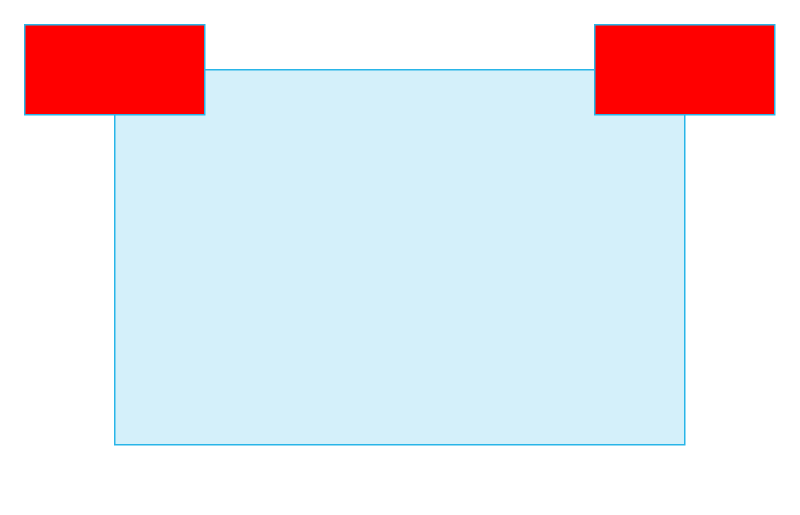
Earlier version of the draw.io diagram MASTER.drawio (phil-curran/images). Source tidied: cells renumbered, new cells numbered last; positions are measured from the earlier drawing's top-left corner, leaving out a move shared by most shapes. Both pictures are drawn from the tidied source at 150%, with x=0, y=0 at pixel (24, 24).
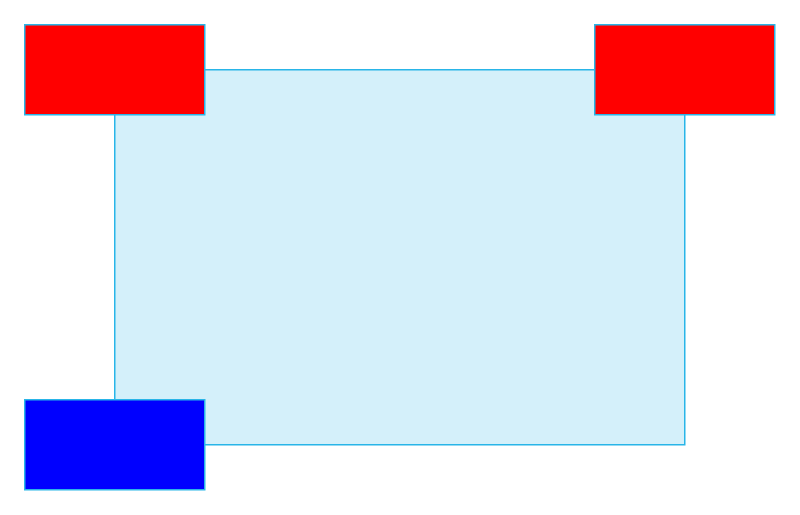
Above is the later version.

The edit, as a diff of the source:
```diff
@@
 <mxGraphModel>
   <root>
     <mxCell id="0" />
     <mxCell id="1" parent="0" />
     <mxCell id="2" style="rounded=0;whiteSpace=wrap;html=1;strokeColor=#29B5E8;strokeWidth=1;fontFamily=Arial;fontSize=12;fontColor=#11567F;fillColor=#D4F0FA;" parent="1" vertex="1">
       <mxGeometry x="60" y="30" width="380" height="250" as="geometry" />
     </mxCell>
     <mxCell id="3" style="rounded=0;whiteSpace=wrap;html=1;strokeColor=#29B5E8;strokeWidth=1;fontFamily=Arial;fontSize=12;fontColor=#11567F;fillColor=#FF0000;" parent="1" vertex="1">
       <mxGeometry width="120" height="60" as="geometry" />
     </mxCell>
     <mxCell id="4" style="rounded=0;whiteSpace=wrap;html=1;strokeColor=#29B5E8;strokeWidth=1;fontFamily=Arial;fontSize=12;fontColor=#11567F;fillColor=#FF0000;" parent="1" vertex="1">
       <mxGeometry x="380" width="120" height="60" as="geometry" />
     </mxCell>
+    <mxCell id="5" style="rounded=0;whiteSpace=wrap;html=1;strokeColor=#29B5E8;strokeWidth=1;fontFamily=Arial;fontSize=12;fontColor=#11567F;fillColor=#0000FF;" parent="1" vertex="1">
+      <mxGeometry y="250" width="120" height="60" as="geometry" />
+    </mxCell>
   </root>
 </mxGraphModel>
```
